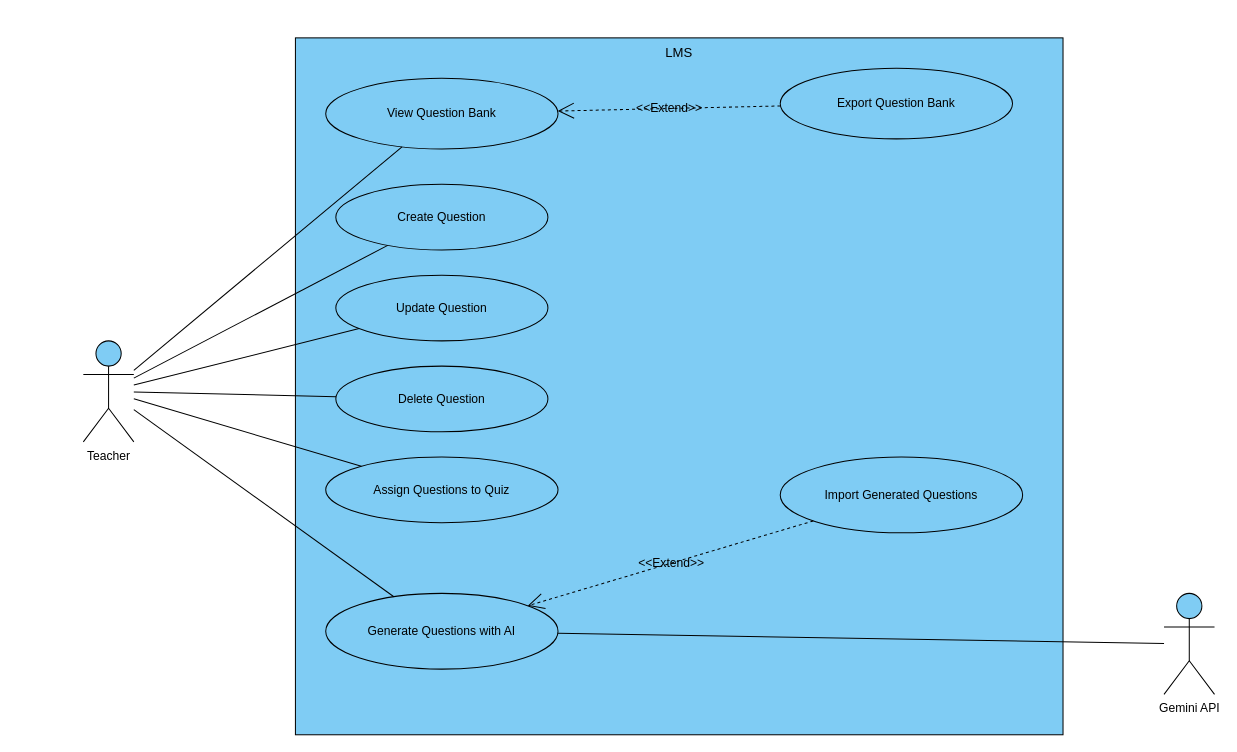
DinhLam728/SWD392_Group6_LMS keeps this draw.io diagram as page "II.2.5 Use Case - Manage Question Bank" (1 of 5) of docs/diagrams/manage_question_bank.drawio. Above is the earlier version. Source tidied: cells renumbered, new cells numbered last; positions are measured from the earlier drawing's top-left corner, leaving out a move shared by most shapes. Both pictures are drawn from the tidied source at 101%, with x=0, y=0 at pixel (83, 37).
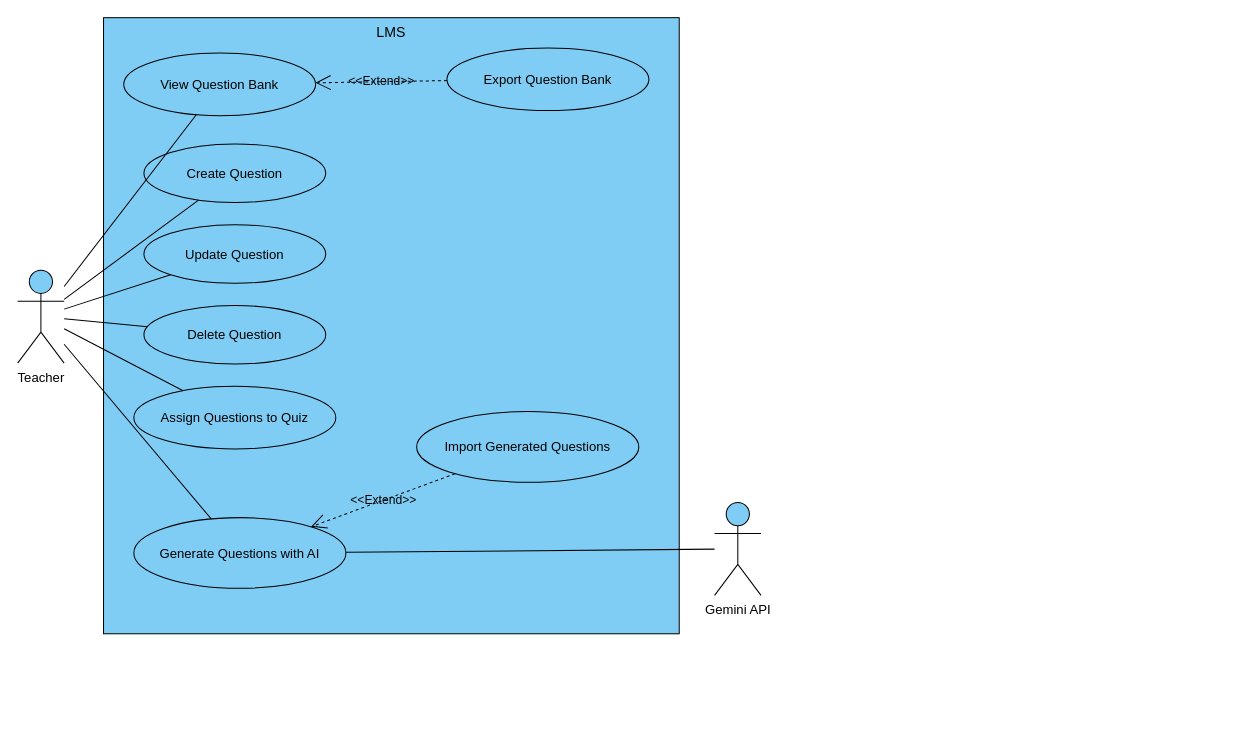
After the change.

The edit, as a diff of the source:
```diff
@@
-    <mxCell id="2" value="LMS" style="rounded=0;html=1;whiteSpace=wrap;fillColor=#7FCCF4;strokeColor=#000000;fontFamily=Arial;fontSize=11;fontColor=#000000;verticalAlign=top;fontSize=13;" parent="1" vertex="1">
-      <mxGeometry x="210" width="760" height="690" as="geometry" />
+    <mxCell id="2" value="LMS" style="rounded=0;html=1;whiteSpace=wrap;fillColor=#7FCCF4;strokeColor=#000000;fontFamily=Arial;fontSize=14;fontColor=#000000;verticalAlign=top;" parent="1" vertex="1">
+      <mxGeometry x="20" y="-20" width="570" height="610" as="geometry" />
     </mxCell>
-    <mxCell id="3" value="View Question Bank" style="ellipse;html=1;whiteSpace=wrap;fillColor=#7FCCF4;strokeColor=#000000;fontFamily=Arial;fontSize=11;fontColor=#000000;fontSize=12;" parent="1" vertex="1">
-      <mxGeometry x="240" y="40" width="230" height="70" as="geometry" />
+    <mxCell id="3" value="View Question Bank" style="ellipse;html=1;whiteSpace=wrap;fillColor=#7FCCF4;strokeColor=#000000;fontFamily=Arial;fontSize=13;fontColor=#000000;" parent="1" vertex="1">
+      <mxGeometry x="40" y="15" width="190" height="62" as="geometry" />
     </mxCell>
-    <mxCell id="4" value="Export Question Bank" style="ellipse;html=1;whiteSpace=wrap;fillColor=#7FCCF4;strokeColor=#000000;fontFamily=Arial;fontSize=11;fontColor=#000000;fontSize=12;" parent="1" vertex="1">
-      <mxGeometry x="690" y="30" width="230" height="70" as="geometry" />
+    <mxCell id="4" value="Export Question Bank" style="ellipse;html=1;whiteSpace=wrap;fillColor=#7FCCF4;strokeColor=#000000;fontFamily=Arial;fontSize=13;fontColor=#000000;" parent="1" vertex="1">
+      <mxGeometry x="360" y="10" width="200" height="62" as="geometry" />
     </mxCell>
-    <mxCell id="5" value="Create Question" style="ellipse;html=1;whiteSpace=wrap;fillColor=#7FCCF4;strokeColor=#000000;fontFamily=Arial;fontSize=11;fontColor=#000000;fontSize=12;" parent="1" vertex="1">
-      <mxGeometry x="250" y="145" width="210" height="65" as="geometry" />
+    <mxCell id="5" value="Create Question" style="ellipse;html=1;whiteSpace=wrap;fillColor=#7FCCF4;strokeColor=#000000;fontFamily=Arial;fontSize=13;fontColor=#000000;" parent="1" vertex="1">
+      <mxGeometry x="60" y="105" width="180" height="58" as="geometry" />
     </mxCell>
-    <mxCell id="6" value="Update Question" style="ellipse;html=1;whiteSpace=wrap;fillColor=#7FCCF4;strokeColor=#000000;fontFamily=Arial;fontSize=11;fontColor=#000000;fontSize=12;" parent="1" vertex="1">
-      <mxGeometry x="250" y="235" width="210" height="65" as="geometry" />
+    <mxCell id="6" value="Update Question" style="ellipse;html=1;whiteSpace=wrap;fillColor=#7FCCF4;strokeColor=#000000;fontFamily=Arial;fontSize=13;fontColor=#000000;" parent="1" vertex="1">
+      <mxGeometry x="60" y="185" width="180" height="58" as="geometry" />
     </mxCell>
-    <mxCell id="7" value="Delete Question" style="ellipse;html=1;whiteSpace=wrap;fillColor=#7FCCF4;strokeColor=#000000;fontFamily=Arial;fontSize=11;fontColor=#000000;fontSize=12;" parent="1" vertex="1">
-      <mxGeometry x="250" y="325" width="210" height="65" as="geometry" />
+    <mxCell id="7" value="Delete Question" style="ellipse;html=1;whiteSpace=wrap;fillColor=#7FCCF4;strokeColor=#000000;fontFamily=Arial;fontSize=13;fontColor=#000000;" parent="1" vertex="1">
+      <mxGeometry x="60" y="265" width="180" height="58" as="geometry" />
     </mxCell>
-    <mxCell id="8" value="Assign Questions to Quiz" style="ellipse;html=1;whiteSpace=wrap;fillColor=#7FCCF4;strokeColor=#000000;fontFamily=Arial;fontSize=11;fontColor=#000000;fontSize=12;" parent="1" vertex="1">
-      <mxGeometry x="240" y="415" width="230" height="65" as="geometry" />
+    <mxCell id="8" value="Assign Questions to Quiz" style="ellipse;html=1;whiteSpace=wrap;fillColor=#7FCCF4;strokeColor=#000000;fontFamily=Arial;fontSize=13;fontColor=#000000;" parent="1" vertex="1">
+      <mxGeometry x="50" y="345" width="200" height="62" as="geometry" />
     </mxCell>
-    <mxCell id="9" value="Generate Questions with AI" style="ellipse;html=1;whiteSpace=wrap;fillColor=#7FCCF4;strokeColor=#000000;fontFamily=Arial;fontSize=11;fontColor=#000000;fontSize=12;" parent="1" vertex="1">
-      <mxGeometry x="240" y="550" width="230" height="75" as="geometry" />
+    <mxCell id="9" value="Generate Questions with AI" style="ellipse;html=1;whiteSpace=wrap;fillColor=#7FCCF4;strokeColor=#000000;fontFamily=Arial;fontSize=13;fontColor=#000000;" parent="1" vertex="1">
+      <mxGeometry x="50" y="475" width="210" height="70" as="geometry" />
     </mxCell>
-    <mxCell id="10" value="Import Generated Questions" style="ellipse;html=1;whiteSpace=wrap;fillColor=#7FCCF4;strokeColor=#000000;fontFamily=Arial;fontSize=11;fontColor=#000000;fontSize=12;" parent="1" vertex="1">
-      <mxGeometry x="690" y="415" width="240" height="75" as="geometry" />
+    <mxCell id="10" value="Import Generated Questions" style="ellipse;html=1;whiteSpace=wrap;fillColor=#7FCCF4;strokeColor=#000000;fontFamily=Arial;fontSize=13;fontColor=#000000;" parent="1" vertex="1">
+      <mxGeometry x="330" y="370" width="220" height="70" as="geometry" />
     </mxCell>
-    <mxCell id="11" value="Teacher" style="shape=umlActor;verticalLabelPosition=bottom;verticalAlign=top;html=1;outlineConnect=0;fillColor=#7FCCF4;strokeColor=#000000;fontFamily=Arial;fontSize=11;fontColor=#000000;fontSize=12;" parent="1" vertex="1">
-      <mxGeometry y="300" width="50" height="100" as="geometry" />
+    <mxCell id="11" value="Teacher" style="shape=umlActor;verticalLabelPosition=bottom;verticalAlign=top;html=1;outlineConnect=0;fillColor=#7FCCF4;strokeColor=#000000;fontFamily=Arial;fontSize=13;fontColor=#000000;" parent="1" vertex="1">
+      <mxGeometry x="-65" y="230" width="46" height="92" as="geometry" />
     </mxCell>
-    <mxCell id="12" value="Gemini API" style="shape=umlActor;verticalLabelPosition=bottom;verticalAlign=top;html=1;outlineConnect=0;fillColor=#7FCCF4;strokeColor=#000000;fontFamily=Arial;fontSize=11;fontColor=#000000;fontSize=12;" parent="1" vertex="1">
-      <mxGeometry x="1070" y="550" width="50" height="100" as="geometry" />
+    <mxCell id="12" value="Gemini API" style="shape=umlActor;verticalLabelPosition=bottom;verticalAlign=top;html=1;outlineConnect=0;fillColor=#7FCCF4;strokeColor=#000000;fontFamily=Arial;fontSize=13;fontColor=#000000;" parent="1" vertex="1">
+      <mxGeometry x="625" y="460" width="46" height="92" as="geometry" />
     </mxCell>
@@
-    <mxCell id="20" value="&amp;lt;&amp;lt;Extend&amp;gt;&amp;gt;" style="endArrow=open;endSize=14;dashed=1;html=1;strokeColor=#000000;fontFamily=Arial;fontSize=11;fontColor=#000000;fontSize=12;labelBackgroundColor=none;" parent="1" edge="1" source="4" target="3">
+    <mxCell id="20" value="&amp;lt;&amp;lt;Extend&amp;gt;&amp;gt;" style="endArrow=open;endSize=13;dashed=1;html=1;strokeColor=#000000;fontFamily=Arial;fontSize=12;fontColor=#000000;labelBackgroundColor=none;" parent="1" edge="1" source="4" target="3">
       <mxGeometry relative="1" as="geometry" />
     </mxCell>
-    <mxCell id="21" value="&amp;lt;&amp;lt;Extend&amp;gt;&amp;gt;" style="endArrow=open;endSize=14;dashed=1;html=1;strokeColor=#000000;fontFamily=Arial;fontSize=11;fontColor=#000000;fontSize=12;labelBackgroundColor=none;" parent="1" edge="1" source="10" target="9">
+    <mxCell id="21" value="&amp;lt;&amp;lt;Extend&amp;gt;&amp;gt;" style="endArrow=open;endSize=13;dashed=1;html=1;strokeColor=#000000;fontFamily=Arial;fontSize=12;fontColor=#000000;labelBackgroundColor=none;" parent="1" edge="1" source="10" target="9">
       <mxGeometry relative="1" as="geometry" />
     </mxCell>
```
